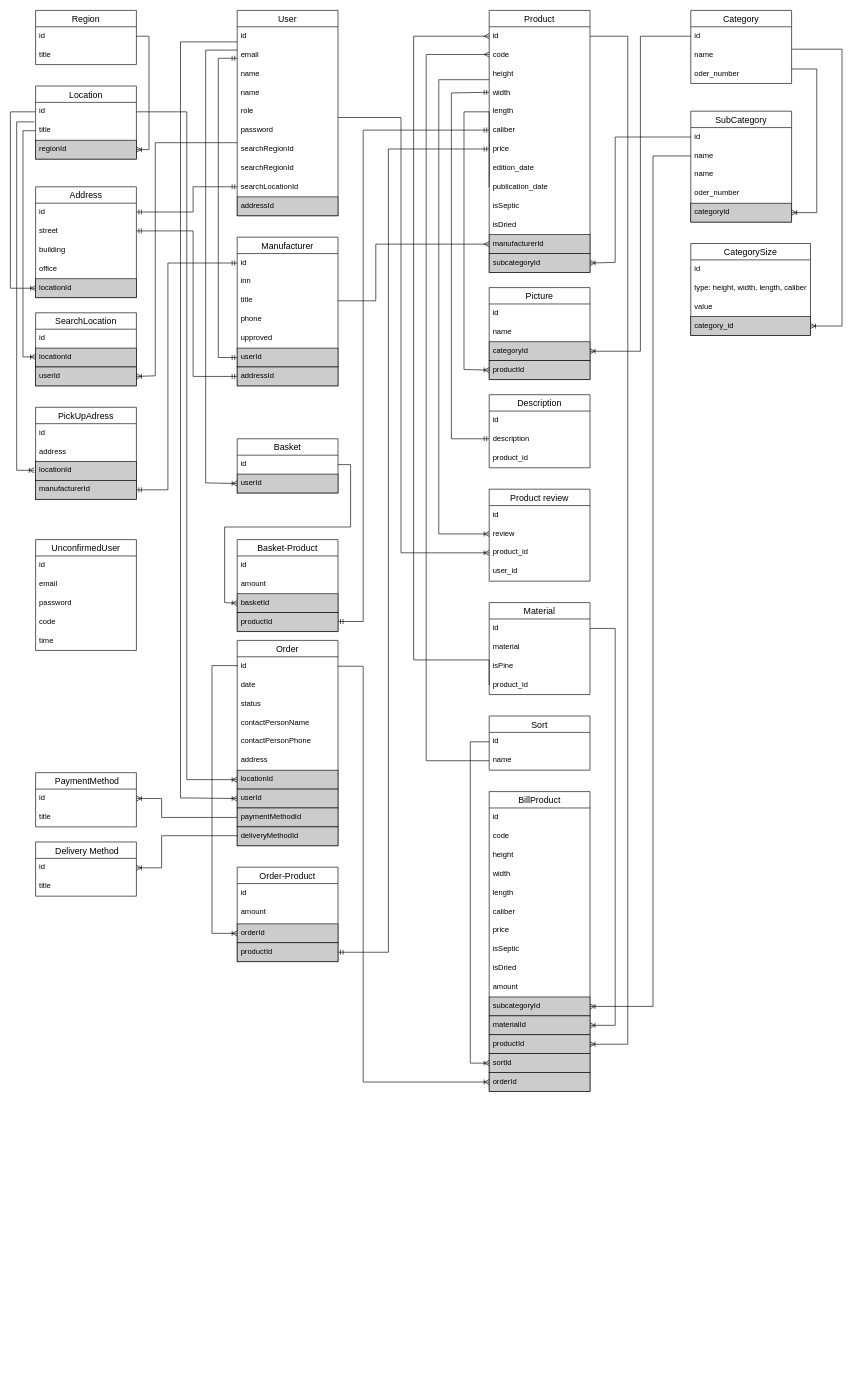
Earlier version of the draw.io diagram lesopilka.drawio (alexeyk500/lesopilka_backend). Source tidied: cells renumbered, new cells numbered last; positions are measured from the earlier drawing's top-left corner, leaving out a move shared by most shapes. Both pictures are drawn from the tidied source at 63%, with x=0, y=0 at pixel (10, 10).
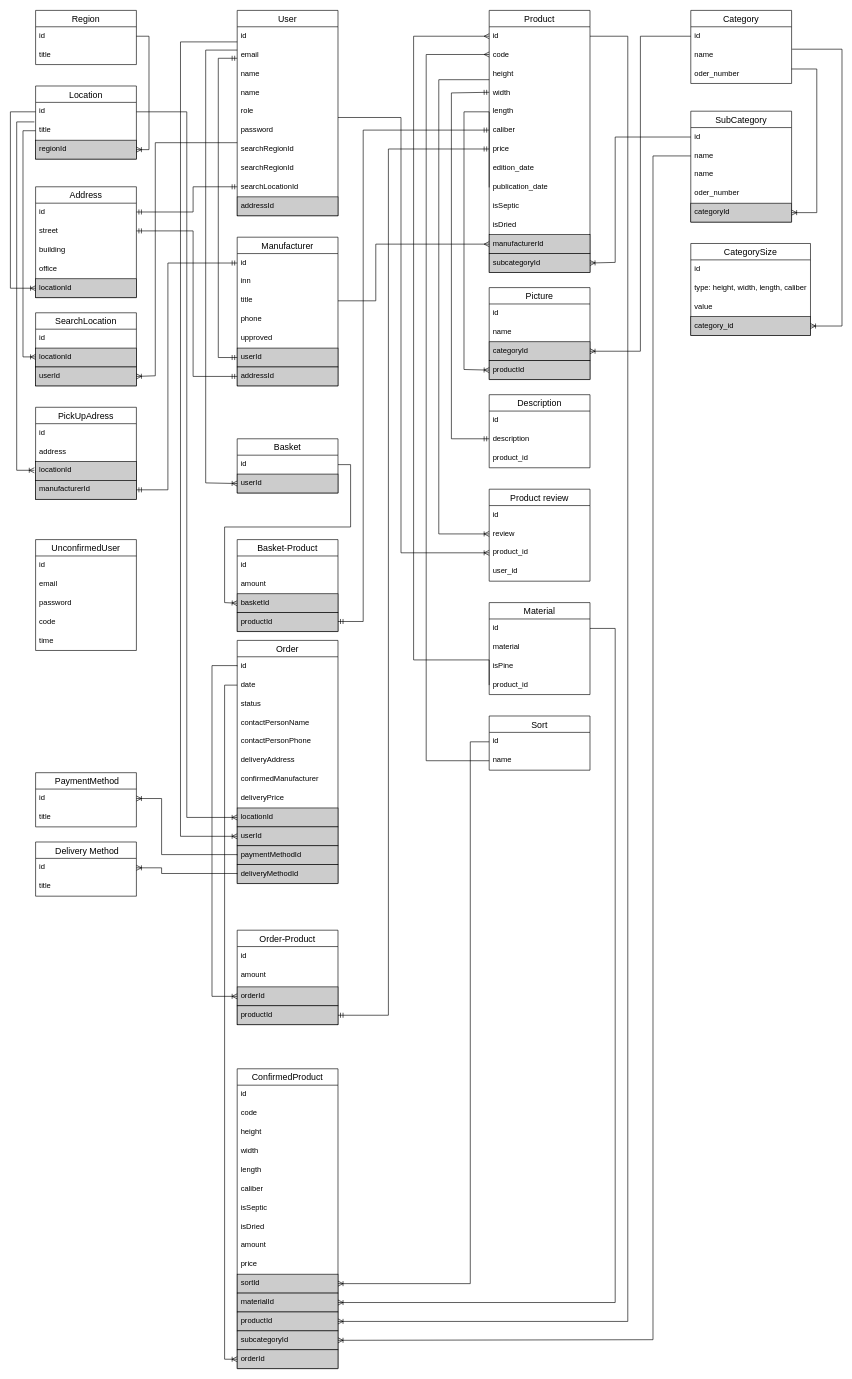
Above is the later version.

Unchanged cells that the change refers to:
```xml
<mxCell id="31" value="id" style="text;strokeColor=none;fillColor=none;spacingLeft=4;spacingRight=4;overflow=hidden;points=[[0,0.5],[1,0.5]];portConstraint=eastwest;fontSize=12;" parent="30" vertex="1">
  <mxGeometry y="26" width="160" height="30" as="geometry" />
</mxCell>
<mxCell id="51" value="name" style="text;strokeColor=none;fillColor=none;spacingLeft=4;spacingRight=4;overflow=hidden;points=[[0,0.5],[1,0.5]];portConstraint=eastwest;fontSize=12;" parent="49" vertex="1">
  <mxGeometry y="56" width="160" height="30" as="geometry" />
</mxCell>
<mxCell id="81" value="id" style="text;strokeColor=none;fillColor=none;spacingLeft=4;spacingRight=4;overflow=hidden;points=[[0,0.5],[1,0.5]];portConstraint=eastwest;fontSize=12;" parent="80" vertex="1">
  <mxGeometry y="26" width="160" height="30" as="geometry" />
</mxCell>
<mxCell id="95" value="id" style="text;strokeColor=none;fillColor=none;spacingLeft=4;spacingRight=4;overflow=hidden;points=[[0,0.5],[1,0.5]];portConstraint=eastwest;fontSize=12;" parent="94" vertex="1">
  <mxGeometry y="26" width="160" height="30" as="geometry" />
</mxCell>
<mxCell id="125" value="id" style="text;strokeColor=none;fillColor=none;spacingLeft=4;spacingRight=4;overflow=hidden;points=[[0,0.5],[1,0.5]];portConstraint=eastwest;fontSize=12;" parent="124" vertex="1">
  <mxGeometry y="26" width="160" height="30" as="geometry" />
</mxCell>
<mxCell id="126" value="date" style="text;strokeColor=none;fillColor=none;spacingLeft=4;spacingRight=4;overflow=hidden;points=[[0,0.5],[1,0.5]];portConstraint=eastwest;fontSize=12;" parent="124" vertex="1">
  <mxGeometry y="56" width="160" height="30" as="geometry" />
</mxCell>
<mxCell id="139" value="orderId&#10;" style="text;spacingLeft=4;spacingRight=4;overflow=hidden;points=[[0,0.5],[1,0.5]];portConstraint=eastwest;fontSize=12;fillColor=#CCCCCC;strokeColor=default;" parent="136" vertex="1">
  <mxGeometry y="90" width="160" height="30" as="geometry" />
</mxCell>
<mxCell id="140" value="productId" style="text;spacingLeft=4;spacingRight=4;overflow=hidden;points=[[0,0.5],[1,0.5]];portConstraint=eastwest;fontSize=12;fillColor=#CCCCCC;strokeColor=default;" parent="136" vertex="1">
  <mxGeometry y="120" width="160" height="30" as="geometry" />
</mxCell>
<mxCell id="142" value="id" style="text;strokeColor=none;fillColor=none;spacingLeft=4;spacingRight=4;overflow=hidden;points=[[0,0.5],[1,0.5]];portConstraint=eastwest;fontSize=12;" parent="141" vertex="1">
  <mxGeometry y="26" width="160" height="30" as="geometry" />
</mxCell>
<mxCell id="145" value="id" style="text;strokeColor=none;fillColor=none;spacingLeft=4;spacingRight=4;overflow=hidden;points=[[0,0.5],[1,0.5]];portConstraint=eastwest;fontSize=12;" parent="144" vertex="1">
  <mxGeometry y="26" width="160" height="30" as="geometry" />
</mxCell>
<mxCell id="171" value="materialId" style="text;strokeColor=default;fillColor=#CCCCCC;spacingLeft=4;spacingRight=4;overflow=hidden;points=[[0,0.5],[1,0.5]];portConstraint=eastwest;fontSize=12;" parent="159" vertex="1">
  <mxGeometry y="356" width="160" height="30" as="geometry" />
</mxCell>
<mxCell id="172" value="productId" style="text;strokeColor=default;fillColor=#CCCCCC;spacingLeft=4;spacingRight=4;overflow=hidden;points=[[0,0.5],[1,0.5]];portConstraint=eastwest;fontSize=12;" parent="159" vertex="1">
  <mxGeometry y="386" width="160" height="30" as="geometry" />
</mxCell>
<mxCell id="174" value="orderId" style="text;strokeColor=default;fillColor=#CCCCCC;spacingLeft=4;spacingRight=4;overflow=hidden;points=[[0,0.5],[1,0.5]];portConstraint=eastwest;fontSize=12;" parent="159" vertex="1">
  <mxGeometry y="446" width="160" height="30" as="geometry" />
</mxCell>
```

What changed in the source:
```diff
@@
     <mxCell id="124" value="Order" style="swimlane;fontStyle=0;horizontal=1;startSize=26;align=center;fontSize=14;" parent="1" vertex="1">
-      <mxGeometry x="360" y="1000" width="160" height="326" as="geometry" />
+      <mxGeometry x="360" y="1000" width="160" height="386" as="geometry" />
     </mxCell>
@@
-    <mxCell id="130" value="address" style="text;strokeColor=none;fillColor=none;spacingLeft=4;spacingRight=4;overflow=hidden;fontSize=12;" parent="124" vertex="1">
-      <mxGeometry y="176" width="160" height="30" as="geometry" />
-    </mxCell>
+    <mxCell id="180" value="deliveryAddress" style="text;strokeColor=none;fillColor=none;spacingLeft=4;spacingRight=4;overflow=hidden;fontSize=12;" parent="124" vertex="1">
+      <mxGeometry y="176" width="160" height="30" as="geometry" />
+    </mxCell>
+    <mxCell id="181" value="confirmedManufacturer" style="text;strokeColor=none;fillColor=none;spacingLeft=4;spacingRight=4;overflow=hidden;fontSize=12;" parent="124" vertex="1">
+      <mxGeometry y="206" width="160" height="30" as="geometry" />
+    </mxCell>
+    <mxCell id="182" value="deliveryPrice" style="text;strokeColor=none;fillColor=none;spacingLeft=4;spacingRight=4;overflow=hidden;fontSize=12;" parent="124" vertex="1">
+      <mxGeometry y="236" width="160" height="30" as="geometry" />
+    </mxCell>
     <mxCell id="131" value="locationId&#10;" style="text;spacingLeft=4;spacingRight=4;overflow=hidden;points=[[0,0.5],[1,0.5]];portConstraint=eastwest;fontSize=12;fillColor=#CCCCCC;strokeColor=default;" parent="124" vertex="1">
-      <mxGeometry y="206" width="160" height="30" as="geometry" />
+      <mxGeometry y="266" width="160" height="30" as="geometry" />
     </mxCell>
     <mxCell id="132" value="userId" style="text;spacingLeft=4;spacingRight=4;overflow=hidden;points=[[0,0.5],[1,0.5]];portConstraint=eastwest;fontSize=12;fillColor=#CCCCCC;strokeColor=default;" parent="124" vertex="1">
-      <mxGeometry y="236" width="160" height="30" as="geometry" />
+      <mxGeometry y="296" width="160" height="30" as="geometry" />
     </mxCell>
     <mxCell id="133" value="paymentMethodId&#10;" style="text;spacingLeft=4;spacingRight=4;overflow=hidden;points=[[0,0.5],[1,0.5]];portConstraint=eastwest;fontSize=12;fillColor=#CCCCCC;strokeColor=default;" parent="124" vertex="1">
-      <mxGeometry y="266" width="160" height="30" as="geometry" />
+      <mxGeometry y="326" width="160" height="30" as="geometry" />
     </mxCell>
     <mxCell id="134" value="deliveryMethodId&#10;" style="text;spacingLeft=4;spacingRight=4;overflow=hidden;points=[[0,0.5],[1,0.5]];portConstraint=eastwest;fontSize=12;fillColor=#CCCCCC;strokeColor=default;" parent="124" vertex="1">
-      <mxGeometry y="296" width="160" height="30" as="geometry" />
+      <mxGeometry y="356" width="160" height="30" as="geometry" />
     </mxCell>
     <mxCell id="135" style="edgeStyle=orthogonalEdgeStyle;fontSize=12;html=1;endArrow=ERoneToMany;rounded=0;fontFamily=Helvetica;fontColor=default;entryX=0;entryY=0.5;entryDx=0;entryDy=0;" parent="1" edge="1" target="132">
       <mxGeometry relative="1" as="geometry">
         <mxPoint x="360" y="50" as="sourcePoint" />
         <Array as="points">
           <mxPoint x="270" y="50" />
-          <mxPoint x="270" y="1250" />
+          <mxPoint x="270" y="1311" />
         </Array>
       </mxGeometry>
     </mxCell>
     <mxCell id="136" value="Order-Product" style="swimlane;fontStyle=0;horizontal=1;startSize=26;align=center;fontSize=14;" parent="1" vertex="1">
-      <mxGeometry x="360" y="1360" width="160" height="150" as="geometry" />
+      <mxGeometry x="360" y="1460" width="160" height="150" as="geometry" />
     </mxCell>
@@
     <mxCell id="147" style="edgeStyle=orthogonalEdgeStyle;fontSize=12;html=1;endArrow=ERoneToMany;rounded=0;exitX=0;exitY=0.5;exitDx=0;exitDy=0;entryX=0;entryY=0.5;entryDx=0;entryDy=0;" parent="1" edge="1" source="125" target="139">
       <mxGeometry relative="1" as="geometry">
         <Array as="points">
           <mxPoint x="360" y="1040" />
           <mxPoint x="320" y="1040" />
-          <mxPoint x="320" y="1465" />
+          <mxPoint x="320" y="1565" />
         </Array>
       </mxGeometry>
     </mxCell>
     <mxCell id="148" style="edgeStyle=orthogonalEdgeStyle;fontSize=12;html=1;endArrow=ERoneToMany;rounded=0;entryX=1;entryY=0.5;entryDx=0;entryDy=0;exitX=0;exitY=0.5;exitDx=0;exitDy=0;" parent="1" edge="1" source="133" target="142">
       <mxGeometry x="0.64" y="10" relative="1" as="geometry">
         <Array as="points">
-          <mxPoint x="240" y="1281" />
+          <mxPoint x="360" y="1340" />
+          <mxPoint x="240" y="1340" />
           <mxPoint x="240" y="1251" />
         </Array>
       </mxGeometry>
     </mxCell>
     <mxCell id="149" style="edgeStyle=orthogonalEdgeStyle;fontSize=12;html=1;endArrow=ERoneToMany;rounded=0;exitX=0;exitY=0.5;exitDx=0;exitDy=0;entryX=1;entryY=0.5;entryDx=0;entryDy=0;" parent="1" edge="1" source="134" target="145">
       <mxGeometry x="0.64" y="10" relative="1" as="geometry">
         <Array as="points">
-          <mxPoint x="360" y="1310" />
-          <mxPoint x="240" y="1310" />
+          <mxPoint x="360" y="1370" />
+          <mxPoint x="240" y="1370" />
           <mxPoint x="240" y="1361" />
         </Array>
       </mxGeometry>
     </mxCell>
     <mxCell id="150" style="edgeStyle=orthogonalEdgeStyle;fontSize=12;html=1;endArrow=ERmandOne;startArrow=ERmandOne;rounded=0;exitX=1;exitY=0.5;exitDx=0;exitDy=0;" parent="1" edge="1" source="140">
       <mxGeometry relative="1" as="geometry">
         <mxPoint x="760" y="220" as="targetPoint" />
         <Array as="points">
-          <mxPoint x="600" y="1495" />
+          <mxPoint x="600" y="1595" />
           <mxPoint x="600" y="220" />
         </Array>
       </mxGeometry>
     </mxCell>
@@
-    <mxCell id="159" value="BillProduct" style="swimlane;fontStyle=0;horizontal=1;startSize=26;align=center;fontSize=14;" parent="1" vertex="1">
-      <mxGeometry x="760" y="1240" width="160" height="476" as="geometry" />
+    <mxCell id="159" value="ConfirmedProduct" style="swimlane;fontStyle=0;horizontal=1;startSize=26;align=center;fontSize=14;" parent="1" vertex="1">
+      <mxGeometry x="360" y="1680" width="160" height="476" as="geometry" />
     </mxCell>
@@
-    <mxCell id="166" value="price" style="text;strokeColor=none;fillColor=none;spacingLeft=4;spacingRight=4;overflow=hidden;fontSize=12;" parent="159" vertex="1">
-      <mxGeometry y="206" width="160" height="30" as="geometry" />
-    </mxCell>
     <mxCell id="167" value="isSeptic" style="text;strokeColor=none;fillColor=none;spacingLeft=4;spacingRight=4;overflow=hidden;fontSize=12;" parent="159" vertex="1">
-      <mxGeometry y="236" width="160" height="30" as="geometry" />
+      <mxGeometry y="206" width="160" height="30" as="geometry" />
     </mxCell>
     <mxCell id="168" value="isDried" style="text;strokeColor=none;fillColor=none;spacingLeft=4;spacingRight=4;overflow=hidden;fontSize=12;" parent="159" vertex="1">
-      <mxGeometry y="266" width="160" height="30" as="geometry" />
+      <mxGeometry y="236" width="160" height="30" as="geometry" />
     </mxCell>
     <mxCell id="169" value="amount" style="text;strokeColor=none;fillColor=none;spacingLeft=4;spacingRight=4;overflow=hidden;fontSize=12;" parent="159" vertex="1">
-      <mxGeometry y="296" width="160" height="30" as="geometry" />
+      <mxGeometry y="266" width="160" height="30" as="geometry" />
     </mxCell>
-    <mxCell id="170" value="subcategoryId" style="text;strokeColor=default;fillColor=#CCCCCC;spacingLeft=4;spacingRight=4;overflow=hidden;points=[[0,0.5],[1,0.5]];portConstraint=eastwest;fontSize=12;" parent="159" vertex="1">
-      <mxGeometry y="326" width="160" height="30" as="geometry" />
-    </mxCell>
+    <mxCell id="166" value="price" style="text;strokeColor=none;fillColor=none;spacingLeft=4;spacingRight=4;overflow=hidden;fontSize=12;" parent="159" vertex="1">
+      <mxGeometry y="296" width="160" height="30" as="geometry" />
+    </mxCell>
+    <mxCell id="173" value="sortId" style="text;strokeColor=default;fillColor=#CCCCCC;spacingLeft=4;spacingRight=4;overflow=hidden;points=[[0,0.5],[1,0.5]];portConstraint=eastwest;fontSize=12;" parent="159" vertex="1">
+      <mxGeometry y="326" width="160" height="30" as="geometry" />
+    </mxCell>
@@
-    <mxCell id="173" value="sortId" style="text;strokeColor=default;fillColor=#CCCCCC;spacingLeft=4;spacingRight=4;overflow=hidden;points=[[0,0.5],[1,0.5]];portConstraint=eastwest;fontSize=12;" parent="159" vertex="1">
-      <mxGeometry y="416" width="160" height="30" as="geometry" />
-    </mxCell>
+    <mxCell id="170" value="subcategoryId" style="text;strokeColor=default;fillColor=#CCCCCC;spacingLeft=4;spacingRight=4;overflow=hidden;points=[[0,0.5],[1,0.5]];portConstraint=eastwest;fontSize=12;" parent="159" vertex="1">
+      <mxGeometry y="416" width="160" height="30" as="geometry" />
+    </mxCell>
@@
     <mxCell id="175" style="edgeStyle=orthogonalEdgeStyle;fontSize=12;html=1;endArrow=ERoneToMany;rounded=0;exitX=0;exitY=0.5;exitDx=0;exitDy=0;entryX=1;entryY=0.5;entryDx=0;entryDy=0;" parent="1" edge="1" source="51" target="170">
       <mxGeometry relative="1" as="geometry">
         <Array as="points">
           <mxPoint x="1020" y="231" />
-          <mxPoint x="1020" y="1581" />
+          <mxPoint x="1020" y="2110" />
         </Array>
       </mxGeometry>
     </mxCell>
     <mxCell id="176" style="edgeStyle=orthogonalEdgeStyle;fontSize=12;html=1;endArrow=ERoneToMany;rounded=0;exitX=1;exitY=0.5;exitDx=0;exitDy=0;entryX=1;entryY=0.5;entryDx=0;entryDy=0;" parent="1" edge="1" source="95" target="171">
       <mxGeometry relative="1" as="geometry">
         <Array as="points">
           <mxPoint x="960" y="981" />
-          <mxPoint x="960" y="1611" />
+          <mxPoint x="960" y="2051" />
         </Array>
       </mxGeometry>
     </mxCell>
-    <mxCell id="177" style="edgeStyle=orthogonalEdgeStyle;fontSize=12;html=1;endArrow=ERoneToMany;rounded=0;entryX=0;entryY=0.5;entryDx=0;entryDy=0;" parent="1" edge="1" source="81" target="173">
+    <mxCell id="177" style="edgeStyle=orthogonalEdgeStyle;fontSize=12;html=1;endArrow=ERoneToMany;rounded=0;entryX=1;entryY=0.5;entryDx=0;entryDy=0;" parent="1" edge="1" source="81" target="173">
       <mxGeometry relative="1" as="geometry">
         <Array as="points">
           <mxPoint x="730" y="1161" />
-          <mxPoint x="730" y="1671" />
+          <mxPoint x="730" y="2021" />
         </Array>
       </mxGeometry>
     </mxCell>
     <mxCell id="178" style="edgeStyle=orthogonalEdgeStyle;fontSize=12;html=1;endArrow=ERoneToMany;rounded=0;exitX=1;exitY=0.5;exitDx=0;exitDy=0;entryX=1;entryY=0.5;entryDx=0;entryDy=0;" parent="1" edge="1" source="31" target="172">
       <mxGeometry relative="1" as="geometry">
         <Array as="points">
           <mxPoint x="980" y="41" />
-          <mxPoint x="980" y="1641" />
+          <mxPoint x="980" y="2081" />
         </Array>
       </mxGeometry>
     </mxCell>
-    <mxCell id="179" style="edgeStyle=orthogonalEdgeStyle;fontSize=12;html=1;endArrow=ERoneToMany;rounded=0;exitX=1;exitY=0.5;exitDx=0;exitDy=0;entryX=0;entryY=0.5;entryDx=0;entryDy=0;" parent="1" edge="1" source="125" target="174">
+    <mxCell id="179" style="edgeStyle=orthogonalEdgeStyle;fontSize=12;html=1;endArrow=ERoneToMany;rounded=0;entryX=0;entryY=0.5;entryDx=0;entryDy=0;exitX=0;exitY=0.5;exitDx=0;exitDy=0;" parent="1" edge="1" source="126" target="174">
       <mxGeometry relative="1" as="geometry">
         <Array as="points">
-          <mxPoint x="560" y="1041" />
-          <mxPoint x="560" y="1701" />
+          <mxPoint x="340" y="1071" />
+          <mxPoint x="340" y="2141" />
         </Array>
       </mxGeometry>
     </mxCell>
```
